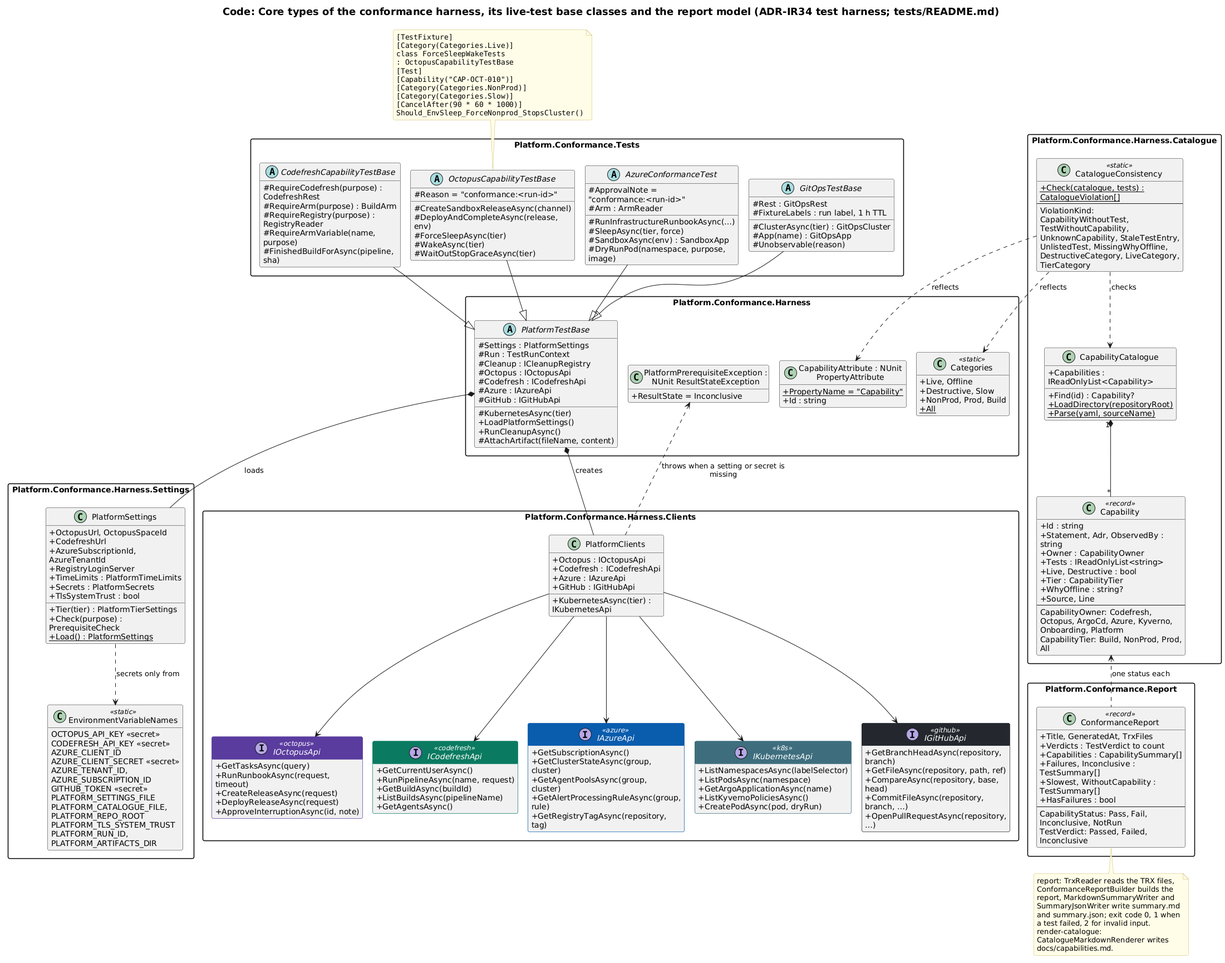
The PlantUML diagram design/diagrams/c4-4-harness-classes.png in clearmeasure-aisf-sample-apps/basic-environment-octopus-codefresh, before a commit.
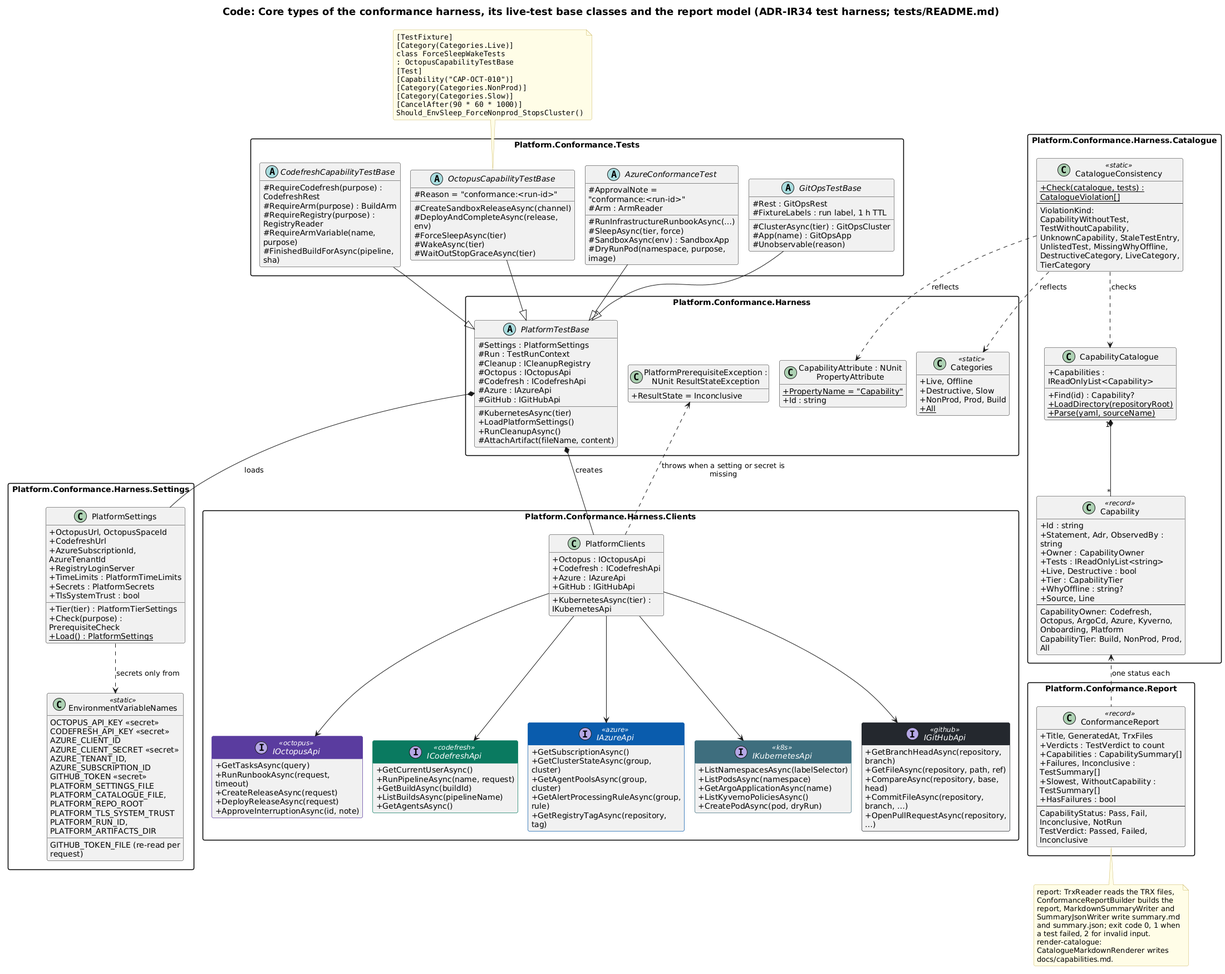
Later version of the same file.

The edit, as a diff of the source:
```diff
@@ -112,6 +112,7 @@
     AZURE_CLIENT_SECRET <<secret>>
     AZURE_TENANT_ID, AZURE_SUBSCRIPTION_ID
     GITHUB_TOKEN <<secret>>
+    GITHUB_TOKEN_FILE (re-read per request)
     PLATFORM_SETTINGS_FILE
     PLATFORM_CATALOGUE_FILE, PLATFORM_REPO_ROOT
     PLATFORM_TLS_SYSTEM_TRUST
```
